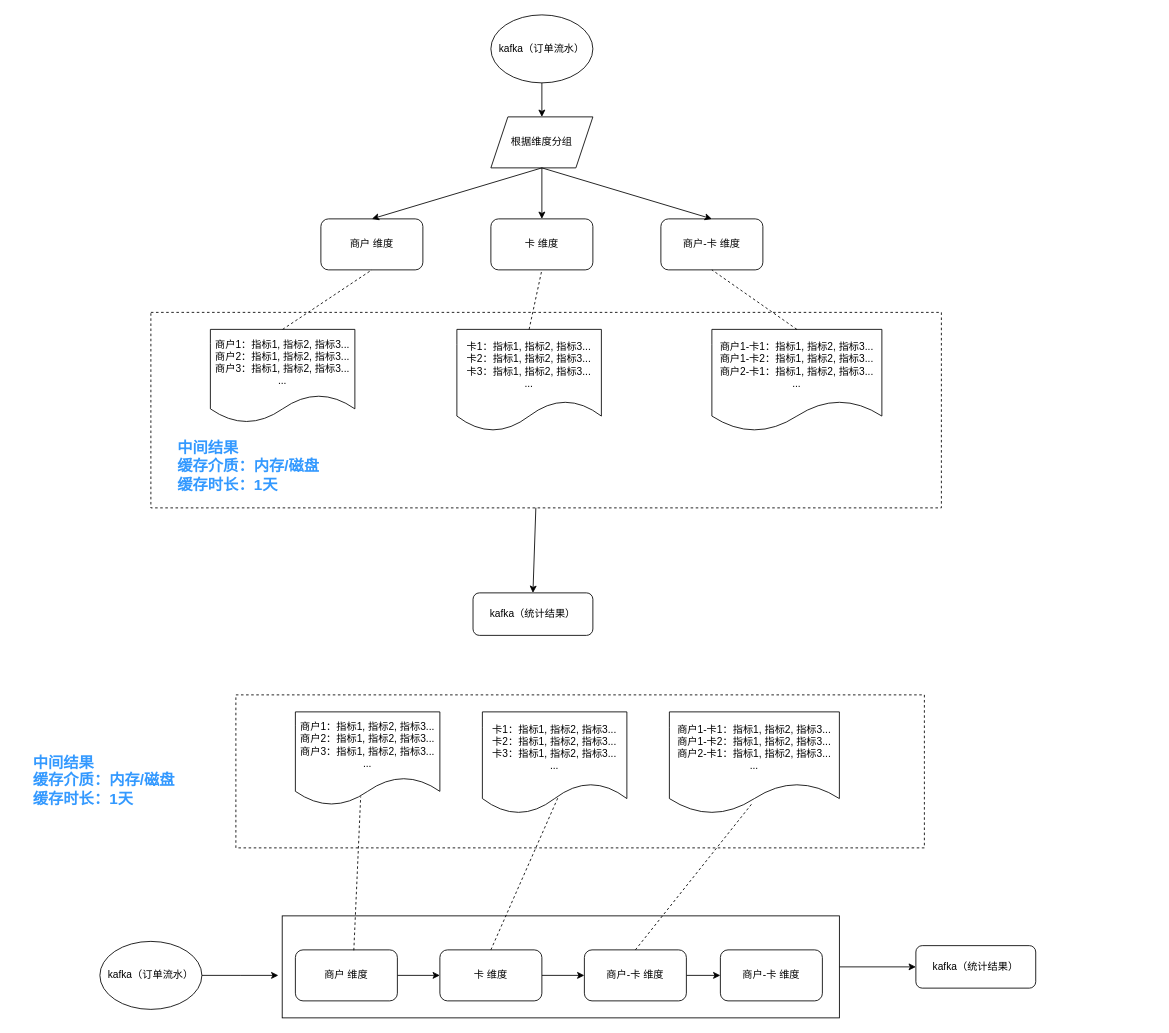
This is diagrams/实时风控架构图.drawio from duanjiatao/others, a draw.io file, before an edit. Source tidied: cells renumbered, new cells numbered last; positions are measured from the earlier drawing's top-left corner, leaving out a move shared by most shapes. Both pictures are drawn from the tidied source at 85%, with x=0, y=0 at pixel (14, 14).
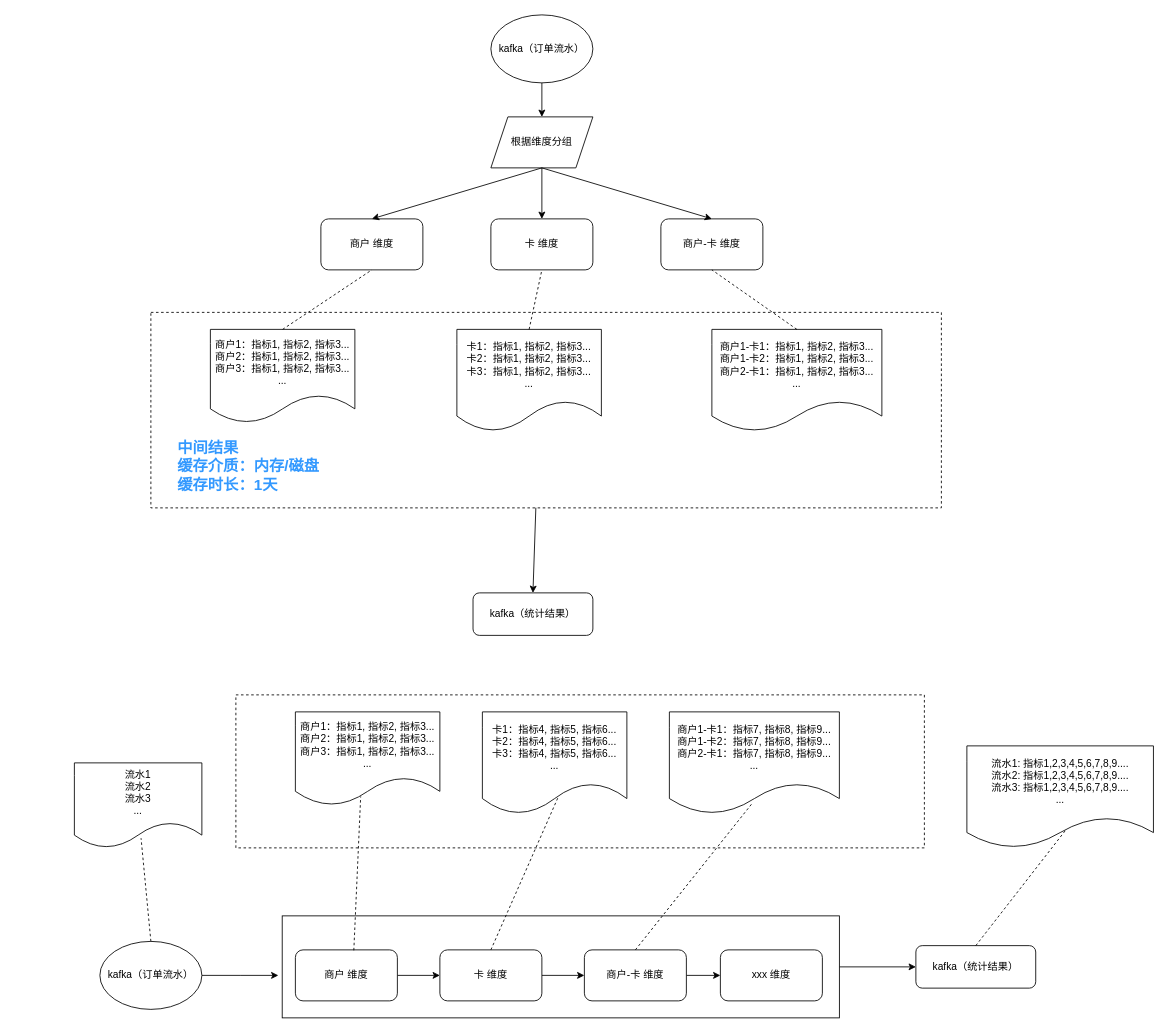
The same diagram, later.

Commit message:
更新实时风控架构图.drawio

Unchanged cells that the change refers to:
```xml
<mxCell id="22" value="kafka（订单流水）" style="ellipse;whiteSpace=wrap;html=1;" parent="1" vertex="1">
  <mxGeometry x="100" y="1090" width="120" height="80" as="geometry" />
</mxCell>
<mxCell id="40" value="&lt;font color=&quot;#000000&quot;&gt;kafka（&lt;/font&gt;&lt;span style=&quot;color: rgb(0 , 0 , 0)&quot;&gt;统计结果&lt;/span&gt;&lt;font color=&quot;#000000&quot;&gt;）&lt;/font&gt;" style="rounded=1;whiteSpace=wrap;html=1;fontColor=#3399FF;strokeColor=#000000;" parent="1" vertex="1">
  <mxGeometry x="1060" y="1095" width="141" height="50" as="geometry" />
</mxCell>
```

What changed in the source:
```diff
@@
-    <mxCell id="31" value="商户-卡 维度" style="rounded=1;whiteSpace=wrap;html=1;" parent="1" vertex="1">
+    <mxCell id="31" value="xxx 维度" style="rounded=1;whiteSpace=wrap;html=1;" parent="1" vertex="1">
       <mxGeometry x="830" y="1100" width="120" height="60" as="geometry" />
     </mxCell>
@@
-    <mxCell id="34" value="卡1：指标1, 指标2, 指标3...&lt;br&gt;卡2：指标1, 指标2, 指标3...&lt;br&gt;卡3：指标1, 指标2, 指标3...&lt;br&gt;..." style="shape=document;whiteSpace=wrap;html=1;boundedLbl=1;" parent="1" vertex="1">
+    <mxCell id="34" value="卡1：指标4, 指标5, 指标6...&lt;br&gt;卡2：指标4, 指标5, 指标6...&lt;br&gt;卡3：指标4, 指标5, 指标6...&lt;br&gt;..." style="shape=document;whiteSpace=wrap;html=1;boundedLbl=1;" parent="1" vertex="1">
       <mxGeometry x="550" y="820" width="170" height="120" as="geometry" />
     </mxCell>
-    <mxCell id="35" value="商户1-卡1：指标1, 指标2, 指标3...&lt;br&gt;商户1-卡2：指标1, 指标2, 指标3...&lt;br&gt;商户2-卡1：指标1, 指标2, 指标3...&lt;br&gt;..." style="shape=document;whiteSpace=wrap;html=1;boundedLbl=1;" parent="1" vertex="1">
+    <mxCell id="35" value="商户1-卡1：指标7, 指标8, 指标9...&lt;br&gt;商户1-卡2：指标7, 指标8, 指标9...&lt;br&gt;商户2-卡1：指标7, 指标8, 指标9...&lt;br&gt;..." style="shape=document;whiteSpace=wrap;html=1;boundedLbl=1;" parent="1" vertex="1">
       <mxGeometry x="770" y="820" width="200" height="120" as="geometry" />
     </mxCell>
-    <mxCell id="36" value="&lt;font color=&quot;#3399ff&quot;&gt;&lt;br&gt;&lt;/font&gt;&lt;div style=&quot;text-align: left&quot;&gt;&lt;span style=&quot;font-size: 18px ; font-weight: 700&quot;&gt;&lt;font color=&quot;#3399ff&quot;&gt;中间结果&lt;/font&gt;&lt;/span&gt;&lt;/div&gt;&lt;span style=&quot;font-size: 18px ; font-weight: 700&quot;&gt;&lt;div style=&quot;text-align: left&quot;&gt;&lt;span&gt;&lt;font color=&quot;#3399ff&quot;&gt;缓存介质：内存/磁盘&lt;/font&gt;&lt;/span&gt;&lt;/div&gt;&lt;div style=&quot;text-align: left&quot;&gt;&lt;span&gt;&lt;font color=&quot;#3399ff&quot;&gt;缓存时长：1天&lt;/font&gt;&lt;/span&gt;&lt;/div&gt;&lt;br&gt;&lt;/span&gt;" style="rounded=0;whiteSpace=wrap;html=1;dashed=1;strokeColor=#FFFFFF;" parent="1" vertex="1">
-      <mxGeometry y="870" width="210" height="70" as="geometry" />
-    </mxCell>
@@
+    <mxCell id="41" value="流水1: 指标1,2,3,4,5,6,7,8,9....&lt;br&gt;流水2: 指标1,2,3,4,5,6,7,8,9....&lt;br&gt;流水3: 指标1,2,3,4,5,6,7,8,9....&lt;br&gt;..." style="shape=document;whiteSpace=wrap;html=1;boundedLbl=1;" parent="1" vertex="1">
+      <mxGeometry x="1120" y="860" width="219.5" height="120" as="geometry" />
+    </mxCell>
+    <mxCell id="42" style="endArrow=none;dashed=1;html=1;rounded=0;entryX=0.53;entryY=0.825;entryDx=0;entryDy=0;exitX=0.5;exitY=0;exitDx=0;exitDy=0;entryPerimeter=0;" parent="1" edge="1" source="40" target="41">
+      <mxGeometry relative="1" as="geometry" />
+    </mxCell>
+    <mxCell id="43" value="流水1&lt;br&gt;流水2&lt;br&gt;流水3&lt;br&gt;..." style="shape=document;whiteSpace=wrap;html=1;boundedLbl=1;" parent="1" vertex="1">
+      <mxGeometry x="70" y="880" width="150" height="100" as="geometry" />
+    </mxCell>
+    <mxCell id="44" style="endArrow=none;dashed=1;html=1;rounded=0;entryX=0.523;entryY=0.886;entryDx=0;entryDy=0;exitX=0.5;exitY=0;exitDx=0;exitDy=0;entryPerimeter=0;" parent="1" edge="1" source="22" target="43">
+      <mxGeometry relative="1" as="geometry" />
+    </mxCell>
```
